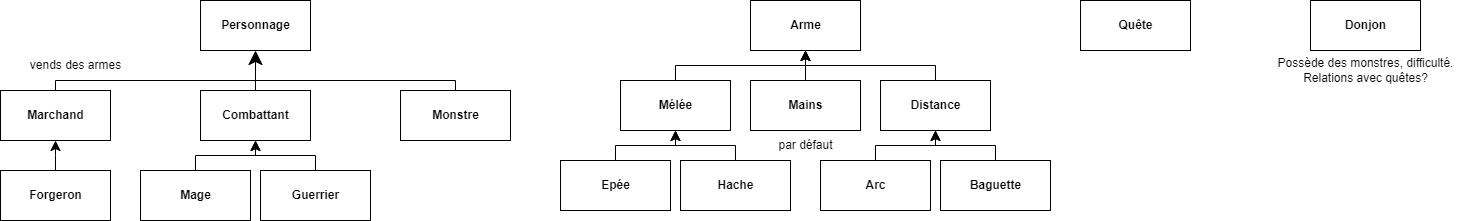
Before: Projet/diagramme-conceptuel.png, a diagram exported from draw.io (ThomasSanna/conception_orientee_objet-L3STI). Source tidied: cells renumbered, new cells last; positions are measured from the earlier drawing's top-left corner, leaving out a move shared by most shapes. Its diagram source:
```xml
<mxGraphModel background="#ffffff">
  <root>
    <mxCell id="0" />
    <mxCell id="1" parent="0" />
    <mxCell id="2" value="Personnage" style="html=1;fontStyle=1;" parent="1" vertex="1">
      <mxGeometry x="200" width="110" height="50" as="geometry" />
    </mxCell>
    <mxCell id="3" value="Mage&lt;span style=&quot;color: rgba(0, 0, 0, 0); font-family: monospace; font-size: 0px; font-weight: 400; text-align: start;&quot;&gt;%3CmxGraphModel%3E%3Croot%3E%3CmxCell%20id%3D%220%22%2F%3E%3CmxCell%20id%3D%221%22%20parent%3D%220%22%2F%3E%3CmxCell%20id%3D%222%22%20value%3D%22M%C3%A9tier%22%20style%3D%22html%3D1%3BfontStyle%3D1%22%20vertex%3D%221%22%20parent%3D%221%22%3E%3CmxGeometry%20x%3D%22-660%22%20y%3D%2240%22%20width%3D%22110%22%20height%3D%2250%22%20as%3D%22geometry%22%2F%3E%3C%2FmxCell%3E%3C%2Froot%3E%3C%2FmxGraphModel%3E&lt;/span&gt;" style="html=1;fontStyle=1;" parent="1" vertex="1">
      <mxGeometry x="140" y="170" width="110" height="50" as="geometry" />
    </mxCell>
    <mxCell id="4" value="Guerrier" style="html=1;fontStyle=1;" parent="1" vertex="1">
      <mxGeometry x="260" y="170" width="110" height="50" as="geometry" />
    </mxCell>
    <mxCell id="5" value="Marchand" style="html=1;fontStyle=1;" parent="1" vertex="1">
      <mxGeometry y="90" width="110" height="50" as="geometry" />
    </mxCell>
    <mxCell id="6" value="vends des armes" style="text;html=1;align=center;verticalAlign=middle;strokeColor=none;fillColor=none;" parent="1" vertex="1">
      <mxGeometry x="20" y="50" width="110" height="30" as="geometry" />
    </mxCell>
    <mxCell id="7" value="Monstre" style="html=1;fontStyle=1;" parent="1" vertex="1">
      <mxGeometry x="400" y="90" width="110" height="50" as="geometry" />
    </mxCell>
    <mxCell id="8" value="Arme" style="html=1;fontStyle=1;" parent="1" vertex="1">
      <mxGeometry x="750" width="110" height="50" as="geometry" />
    </mxCell>
    <mxCell id="9" value="Mélée" style="html=1;fontStyle=1;" parent="1" vertex="1">
      <mxGeometry x="620" y="80" width="110" height="50" as="geometry" />
    </mxCell>
    <mxCell id="10" value="Distance" style="html=1;fontStyle=1;" parent="1" vertex="1">
      <mxGeometry x="880" y="80" width="110" height="50" as="geometry" />
    </mxCell>
    <mxCell id="11" value="Arc" style="html=1;fontStyle=1;" parent="1" vertex="1">
      <mxGeometry x="820" y="160" width="110" height="50" as="geometry" />
    </mxCell>
    <mxCell id="12" value="Baguette" style="html=1;fontStyle=1;" parent="1" vertex="1">
      <mxGeometry x="940" y="160" width="110" height="50" as="geometry" />
    </mxCell>
    <mxCell id="13" value="Epée" style="html=1;fontStyle=1;" parent="1" vertex="1">
      <mxGeometry x="560" y="160" width="110" height="50" as="geometry" />
    </mxCell>
    <mxCell id="14" value="Hache" style="html=1;fontStyle=1;" parent="1" vertex="1">
      <mxGeometry x="680" y="160" width="110" height="50" as="geometry" />
    </mxCell>
    <mxCell id="15" value="Quête" style="html=1;fontStyle=1;" parent="1" vertex="1">
      <mxGeometry x="1080" width="110" height="50" as="geometry" />
    </mxCell>
    <mxCell id="16" value="Combattant" style="html=1;fontStyle=1;" parent="1" vertex="1">
      <mxGeometry x="200" y="90" width="110" height="50" as="geometry" />
    </mxCell>
    <mxCell id="17" value="Forgeron" style="html=1;fontStyle=1;" parent="1" vertex="1">
      <mxGeometry y="170" width="110" height="50" as="geometry" />
    </mxCell>
    <mxCell id="18" style="endArrow=classic;endFill=1;endSize=12;html=1;entryX=0.5;entryY=1;entryDx=0;entryDy=0;" parent="1" edge="1" source="16" target="2">
      <mxGeometry relative="1" as="geometry" />
    </mxCell>
    <mxCell id="19" style="endArrow=none;html=1;rounded=0;exitX=0.5;exitY=0;exitDx=0;exitDy=0;" parent="1" edge="1" source="7">
      <mxGeometry relative="1" as="geometry">
        <mxPoint x="255" y="80" as="targetPoint" />
        <Array as="points">
          <mxPoint x="455" y="80" />
        </Array>
      </mxGeometry>
    </mxCell>
    <mxCell id="20" style="endArrow=none;html=1;rounded=0;exitX=0.5;exitY=0;exitDx=0;exitDy=0;" parent="1" edge="1" source="5">
      <mxGeometry relative="1" as="geometry">
        <mxPoint x="260" y="80" as="targetPoint" />
        <Array as="points">
          <mxPoint x="55" y="80" />
        </Array>
      </mxGeometry>
    </mxCell>
    <mxCell id="21" style="edgeStyle=elbowEdgeStyle;elbow=vertical;endArrow=classic;html=1;curved=0;rounded=0;endSize=8;startSize=8;entryX=0.5;entryY=1;entryDx=0;entryDy=0;" parent="1" edge="1" source="3" target="16">
      <mxGeometry relative="1" as="geometry" />
    </mxCell>
    <mxCell id="22" style="edgeStyle=elbowEdgeStyle;elbow=vertical;endArrow=classic;html=1;curved=0;rounded=0;endSize=8;startSize=8;entryX=0.5;entryY=1;entryDx=0;entryDy=0;" parent="1" edge="1" source="4" target="16">
      <mxGeometry relative="1" as="geometry" />
    </mxCell>
    <mxCell id="23" style="edgeStyle=elbowEdgeStyle;elbow=vertical;endArrow=classic;html=1;curved=0;rounded=0;endSize=8;startSize=8;entryX=0.5;entryY=1;entryDx=0;entryDy=0;exitX=0.5;exitY=0;exitDx=0;exitDy=0;" parent="1" edge="1" source="17" target="5">
      <mxGeometry relative="1" as="geometry" />
    </mxCell>
    <mxCell id="24" style="edgeStyle=elbowEdgeStyle;elbow=vertical;endArrow=classic;html=1;curved=0;rounded=0;endSize=8;startSize=8;entryX=0.5;entryY=1;entryDx=0;entryDy=0;" parent="1" edge="1">
      <mxGeometry relative="1" as="geometry">
        <mxPoint x="615" y="160" as="sourcePoint" />
        <mxPoint x="675" y="130" as="targetPoint" />
      </mxGeometry>
    </mxCell>
    <mxCell id="25" style="edgeStyle=elbowEdgeStyle;elbow=vertical;endArrow=classic;html=1;curved=0;rounded=0;endSize=8;startSize=8;entryX=0.5;entryY=1;entryDx=0;entryDy=0;" parent="1" edge="1">
      <mxGeometry relative="1" as="geometry">
        <mxPoint x="735" y="160" as="sourcePoint" />
        <mxPoint x="675" y="130" as="targetPoint" />
      </mxGeometry>
    </mxCell>
    <mxCell id="26" style="edgeStyle=elbowEdgeStyle;elbow=vertical;endArrow=classic;html=1;curved=0;rounded=0;endSize=8;startSize=8;entryX=0.5;entryY=1;entryDx=0;entryDy=0;" parent="1" edge="1">
      <mxGeometry relative="1" as="geometry">
        <mxPoint x="875" y="160" as="sourcePoint" />
        <mxPoint x="935" y="130" as="targetPoint" />
      </mxGeometry>
    </mxCell>
    <mxCell id="27" style="edgeStyle=elbowEdgeStyle;elbow=vertical;endArrow=classic;html=1;curved=0;rounded=0;endSize=8;startSize=8;entryX=0.5;entryY=1;entryDx=0;entryDy=0;" parent="1" edge="1">
      <mxGeometry relative="1" as="geometry">
        <mxPoint x="995" y="160" as="sourcePoint" />
        <mxPoint x="935" y="130" as="targetPoint" />
      </mxGeometry>
    </mxCell>
    <mxCell id="28" style="edgeStyle=elbowEdgeStyle;elbow=vertical;endArrow=classic;html=1;curved=0;rounded=0;endSize=8;startSize=8;entryX=0.5;entryY=1;entryDx=0;entryDy=0;exitX=0.5;exitY=0;exitDx=0;exitDy=0;" parent="1" edge="1" source="9">
      <mxGeometry relative="1" as="geometry">
        <mxPoint x="805" y="50" as="targetPoint" />
      </mxGeometry>
    </mxCell>
    <mxCell id="29" style="edgeStyle=elbowEdgeStyle;elbow=vertical;endArrow=classic;html=1;curved=0;rounded=0;endSize=8;startSize=8;entryX=0.5;entryY=1;entryDx=0;entryDy=0;exitX=0.5;exitY=0;exitDx=0;exitDy=0;" parent="1" edge="1" source="10">
      <mxGeometry relative="1" as="geometry">
        <mxPoint x="805" y="50" as="targetPoint" />
      </mxGeometry>
    </mxCell>
    <mxCell id="30" value="Mains" style="html=1;fontStyle=1;" parent="1" vertex="1">
      <mxGeometry x="750" y="80" width="110" height="50" as="geometry" />
    </mxCell>
    <mxCell id="31" style="edgeStyle=elbowEdgeStyle;elbow=vertical;endArrow=classic;html=1;curved=0;rounded=0;endSize=8;startSize=8;entryX=0.5;entryY=1;entryDx=0;entryDy=0;exitX=0.5;exitY=0;exitDx=0;exitDy=0;" parent="1" edge="1" source="30" target="8">
      <mxGeometry relative="1" as="geometry" />
    </mxCell>
    <mxCell id="32" value="par défaut" style="text;html=1;align=center;verticalAlign=middle;strokeColor=none;fillColor=none;" parent="1" vertex="1">
      <mxGeometry x="765" y="130" width="80" height="30" as="geometry" />
    </mxCell>
    <mxCell id="33" value="Donjon" style="html=1;fontStyle=1;" parent="1" vertex="1">
      <mxGeometry x="1310" width="110" height="50" as="geometry" />
    </mxCell>
    <mxCell id="34" value="Possède des monstres, difficulté.&lt;br&gt;Relations avec quêtes?" style="text;html=1;align=center;verticalAlign=middle;strokeColor=none;fillColor=none;" parent="1" vertex="1">
      <mxGeometry x="1265" y="50" width="200" height="40" as="geometry" />
    </mxCell>
  </root>
</mxGraphModel>
```
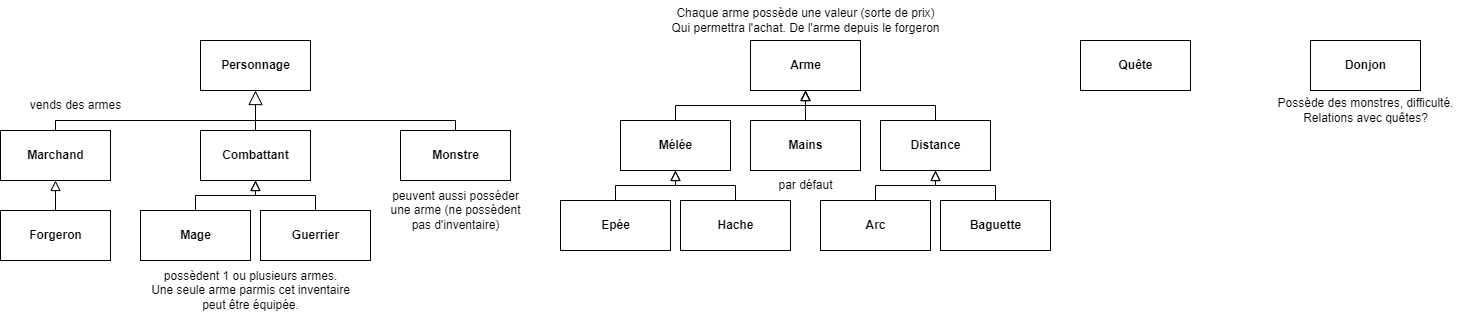
Later version of the same file.

Commit message:
Diagramme conceptuel Projet

The edit, as a diff of the source:
```diff
@@ -50,7 +50,7 @@
     <mxCell id="17" value="Forgeron" style="html=1;fontStyle=1;" parent="1" vertex="1">
       <mxGeometry y="170" width="110" height="50" as="geometry" />
     </mxCell>
-    <mxCell id="18" style="endArrow=classic;endFill=1;endSize=12;html=1;entryX=0.5;entryY=1;entryDx=0;entryDy=0;" parent="1" edge="1" source="16" target="2">
+    <mxCell id="18" style="endArrow=block;endFill=0;endSize=12;html=1;entryX=0.5;entryY=1;entryDx=0;entryDy=0;" parent="1" edge="1" source="16" target="2">
       <mxGeometry relative="1" as="geometry" />
     </mxCell>
     <mxCell id="19" style="endArrow=none;html=1;rounded=0;exitX=0.5;exitY=0;exitDx=0;exitDy=0;" parent="1" edge="1" source="7">
@@ -69,45 +69,45 @@
         </Array>
       </mxGeometry>
     </mxCell>
-    <mxCell id="21" style="edgeStyle=elbowEdgeStyle;elbow=vertical;endArrow=classic;html=1;curved=0;rounded=0;endSize=8;startSize=8;entryX=0.5;entryY=1;entryDx=0;entryDy=0;" parent="1" edge="1" source="3" target="16">
+    <mxCell id="21" style="edgeStyle=elbowEdgeStyle;elbow=vertical;endArrow=block;html=1;curved=0;rounded=0;endSize=8;startSize=8;entryX=0.5;entryY=1;entryDx=0;entryDy=0;endFill=0;" parent="1" edge="1" source="3" target="16">
       <mxGeometry relative="1" as="geometry" />
     </mxCell>
-    <mxCell id="22" style="edgeStyle=elbowEdgeStyle;elbow=vertical;endArrow=classic;html=1;curved=0;rounded=0;endSize=8;startSize=8;entryX=0.5;entryY=1;entryDx=0;entryDy=0;" parent="1" edge="1" source="4" target="16">
+    <mxCell id="22" style="edgeStyle=elbowEdgeStyle;elbow=vertical;endArrow=block;html=1;curved=0;rounded=0;endSize=8;startSize=8;entryX=0.5;entryY=1;entryDx=0;entryDy=0;endFill=0;" parent="1" edge="1" source="4" target="16">
       <mxGeometry relative="1" as="geometry" />
     </mxCell>
-    <mxCell id="23" style="edgeStyle=elbowEdgeStyle;elbow=vertical;endArrow=classic;html=1;curved=0;rounded=0;endSize=8;startSize=8;entryX=0.5;entryY=1;entryDx=0;entryDy=0;exitX=0.5;exitY=0;exitDx=0;exitDy=0;" parent="1" edge="1" source="17" target="5">
+    <mxCell id="23" style="edgeStyle=elbowEdgeStyle;elbow=vertical;endArrow=block;html=1;curved=0;rounded=0;endSize=8;startSize=8;entryX=0.5;entryY=1;entryDx=0;entryDy=0;exitX=0.5;exitY=0;exitDx=0;exitDy=0;endFill=0;" parent="1" edge="1" source="17" target="5">
       <mxGeometry relative="1" as="geometry" />
     </mxCell>
-    <mxCell id="24" style="edgeStyle=elbowEdgeStyle;elbow=vertical;endArrow=classic;html=1;curved=0;rounded=0;endSize=8;startSize=8;entryX=0.5;entryY=1;entryDx=0;entryDy=0;" parent="1" edge="1">
+    <mxCell id="24" style="edgeStyle=elbowEdgeStyle;elbow=vertical;endArrow=block;html=1;curved=0;rounded=0;endSize=8;startSize=8;entryX=0.5;entryY=1;entryDx=0;entryDy=0;endFill=0;" parent="1" edge="1">
       <mxGeometry relative="1" as="geometry">
         <mxPoint x="615" y="160" as="sourcePoint" />
         <mxPoint x="675" y="130" as="targetPoint" />
       </mxGeometry>
     </mxCell>
-    <mxCell id="25" style="edgeStyle=elbowEdgeStyle;elbow=vertical;endArrow=classic;html=1;curved=0;rounded=0;endSize=8;startSize=8;entryX=0.5;entryY=1;entryDx=0;entryDy=0;" parent="1" edge="1">
+    <mxCell id="25" style="edgeStyle=elbowEdgeStyle;elbow=vertical;endArrow=block;html=1;curved=0;rounded=0;endSize=8;startSize=8;entryX=0.5;entryY=1;entryDx=0;entryDy=0;endFill=0;" parent="1" edge="1">
       <mxGeometry relative="1" as="geometry">
         <mxPoint x="735" y="160" as="sourcePoint" />
         <mxPoint x="675" y="130" as="targetPoint" />
       </mxGeometry>
     </mxCell>
-    <mxCell id="26" style="edgeStyle=elbowEdgeStyle;elbow=vertical;endArrow=classic;html=1;curved=0;rounded=0;endSize=8;startSize=8;entryX=0.5;entryY=1;entryDx=0;entryDy=0;" parent="1" edge="1">
+    <mxCell id="26" style="edgeStyle=elbowEdgeStyle;elbow=vertical;endArrow=block;html=1;curved=0;rounded=0;endSize=8;startSize=8;entryX=0.5;entryY=1;entryDx=0;entryDy=0;endFill=0;" parent="1" edge="1">
       <mxGeometry relative="1" as="geometry">
         <mxPoint x="875" y="160" as="sourcePoint" />
         <mxPoint x="935" y="130" as="targetPoint" />
       </mxGeometry>
     </mxCell>
-    <mxCell id="27" style="edgeStyle=elbowEdgeStyle;elbow=vertical;endArrow=classic;html=1;curved=0;rounded=0;endSize=8;startSize=8;entryX=0.5;entryY=1;entryDx=0;entryDy=0;" parent="1" edge="1">
+    <mxCell id="27" style="edgeStyle=elbowEdgeStyle;elbow=vertical;endArrow=block;html=1;curved=0;rounded=0;endSize=8;startSize=8;entryX=0.5;entryY=1;entryDx=0;entryDy=0;endFill=0;" parent="1" edge="1">
       <mxGeometry relative="1" as="geometry">
         <mxPoint x="995" y="160" as="sourcePoint" />
         <mxPoint x="935" y="130" as="targetPoint" />
       </mxGeometry>
     </mxCell>
-    <mxCell id="28" style="edgeStyle=elbowEdgeStyle;elbow=vertical;endArrow=classic;html=1;curved=0;rounded=0;endSize=8;startSize=8;entryX=0.5;entryY=1;entryDx=0;entryDy=0;exitX=0.5;exitY=0;exitDx=0;exitDy=0;" parent="1" edge="1" source="9">
+    <mxCell id="28" style="edgeStyle=elbowEdgeStyle;elbow=vertical;endArrow=block;html=1;curved=0;rounded=0;endSize=8;startSize=8;entryX=0.5;entryY=1;entryDx=0;entryDy=0;exitX=0.5;exitY=0;exitDx=0;exitDy=0;endFill=0;" parent="1" edge="1" source="9">
       <mxGeometry relative="1" as="geometry">
         <mxPoint x="805" y="50" as="targetPoint" />
       </mxGeometry>
     </mxCell>
-    <mxCell id="29" style="edgeStyle=elbowEdgeStyle;elbow=vertical;endArrow=classic;html=1;curved=0;rounded=0;endSize=8;startSize=8;entryX=0.5;entryY=1;entryDx=0;entryDy=0;exitX=0.5;exitY=0;exitDx=0;exitDy=0;" parent="1" edge="1" source="10">
+    <mxCell id="29" style="edgeStyle=elbowEdgeStyle;elbow=vertical;endArrow=block;html=1;curved=0;rounded=0;endSize=8;startSize=8;entryX=0.5;entryY=1;entryDx=0;entryDy=0;exitX=0.5;exitY=0;exitDx=0;exitDy=0;endFill=0;" parent="1" edge="1" source="10">
       <mxGeometry relative="1" as="geometry">
         <mxPoint x="805" y="50" as="targetPoint" />
       </mxGeometry>
@@ -115,7 +115,7 @@
     <mxCell id="30" value="Mains" style="html=1;fontStyle=1;" parent="1" vertex="1">
       <mxGeometry x="750" y="80" width="110" height="50" as="geometry" />
     </mxCell>
-    <mxCell id="31" style="edgeStyle=elbowEdgeStyle;elbow=vertical;endArrow=classic;html=1;curved=0;rounded=0;endSize=8;startSize=8;entryX=0.5;entryY=1;entryDx=0;entryDy=0;exitX=0.5;exitY=0;exitDx=0;exitDy=0;" parent="1" edge="1" source="30" target="8">
+    <mxCell id="31" style="edgeStyle=elbowEdgeStyle;elbow=vertical;endArrow=block;html=1;curved=0;rounded=0;endSize=8;startSize=8;entryX=0.5;entryY=1;entryDx=0;entryDy=0;exitX=0.5;exitY=0;exitDx=0;exitDy=0;endFill=0;" parent="1" edge="1" source="30" target="8">
       <mxGeometry relative="1" as="geometry" />
     </mxCell>
     <mxCell id="32" value="par défaut" style="text;html=1;align=center;verticalAlign=middle;strokeColor=none;fillColor=none;" parent="1" vertex="1">
@@ -127,5 +127,14 @@
     <mxCell id="34" value="Possède des monstres, difficulté.&lt;br&gt;Relations avec quêtes?" style="text;html=1;align=center;verticalAlign=middle;strokeColor=none;fillColor=none;" parent="1" vertex="1">
       <mxGeometry x="1265" y="50" width="200" height="40" as="geometry" />
     </mxCell>
+    <mxCell id="35" value="possèdent 1 ou plusieurs armes.&lt;br&gt;Une seule arme parmis cet inventaire&lt;br&gt;peut être équipée." style="text;html=1;align=center;verticalAlign=middle;strokeColor=none;fillColor=none;" parent="1" vertex="1">
+      <mxGeometry x="140" y="220" width="220" height="60" as="geometry" />
+    </mxCell>
+    <mxCell id="36" value="peuvent aussi posséder&lt;br&gt;une arme (ne possèdent &lt;br&gt;pas d'inventaire)" style="text;html=1;align=center;verticalAlign=middle;strokeColor=none;fillColor=none;" parent="1" vertex="1">
+      <mxGeometry x="380" y="140" width="150" height="60" as="geometry" />
+    </mxCell>
+    <mxCell id="37" value="Chaque arme possède une valeur (sorte de prix)&lt;br&gt;Qui permettra l'achat. De l'arme depuis le forgeron" style="text;html=1;align=center;verticalAlign=middle;strokeColor=none;fillColor=none;" parent="1" vertex="1">
+      <mxGeometry x="660" y="-40" width="290" height="40" as="geometry" />
+    </mxCell>
   </root>
 </mxGraphModel>
```
